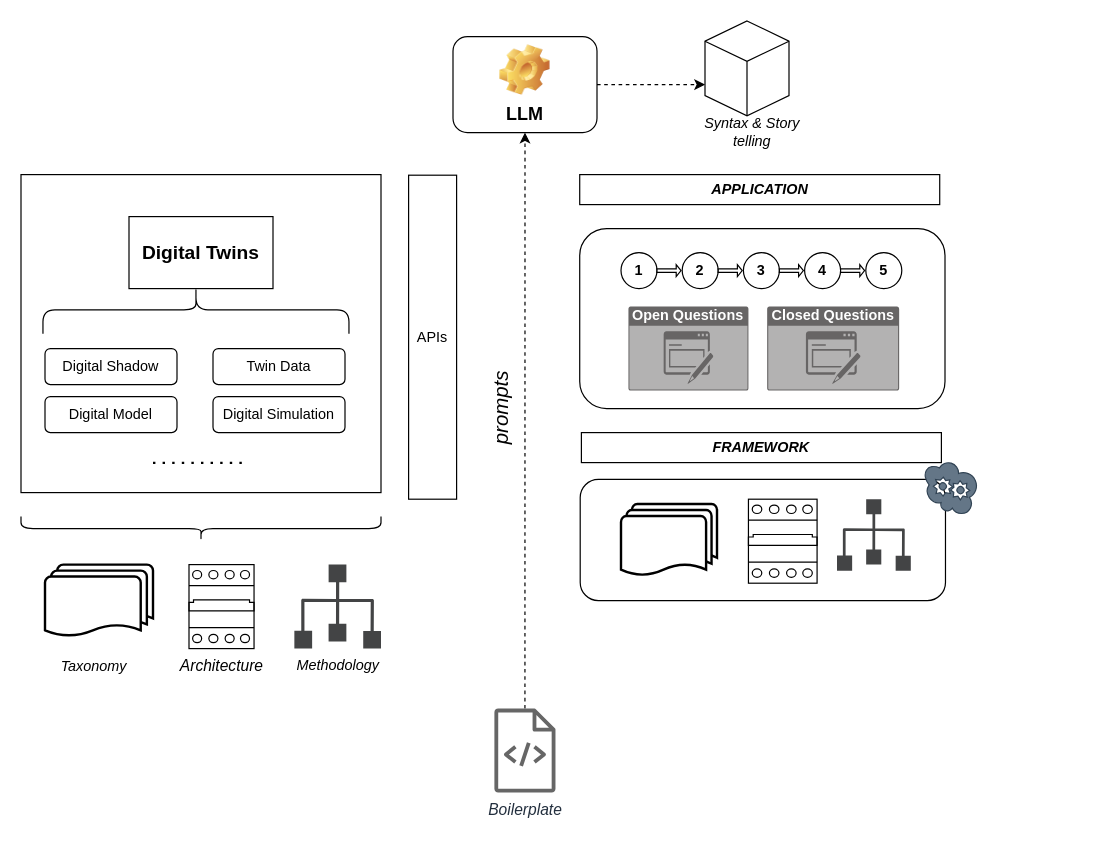
This is drawio/mams/dd-twins/DDTwins_Architecture.drawio from scrodrig/Diagrams, a draw.io file, before an edit. Source tidied: cells renumbered, new cells numbered last; positions are measured from the earlier drawing's top-left corner, leaving out a move shared by most shapes. Both pictures are drawn from the tidied source at 120%, with x=0, y=0 at pixel (20, 20).
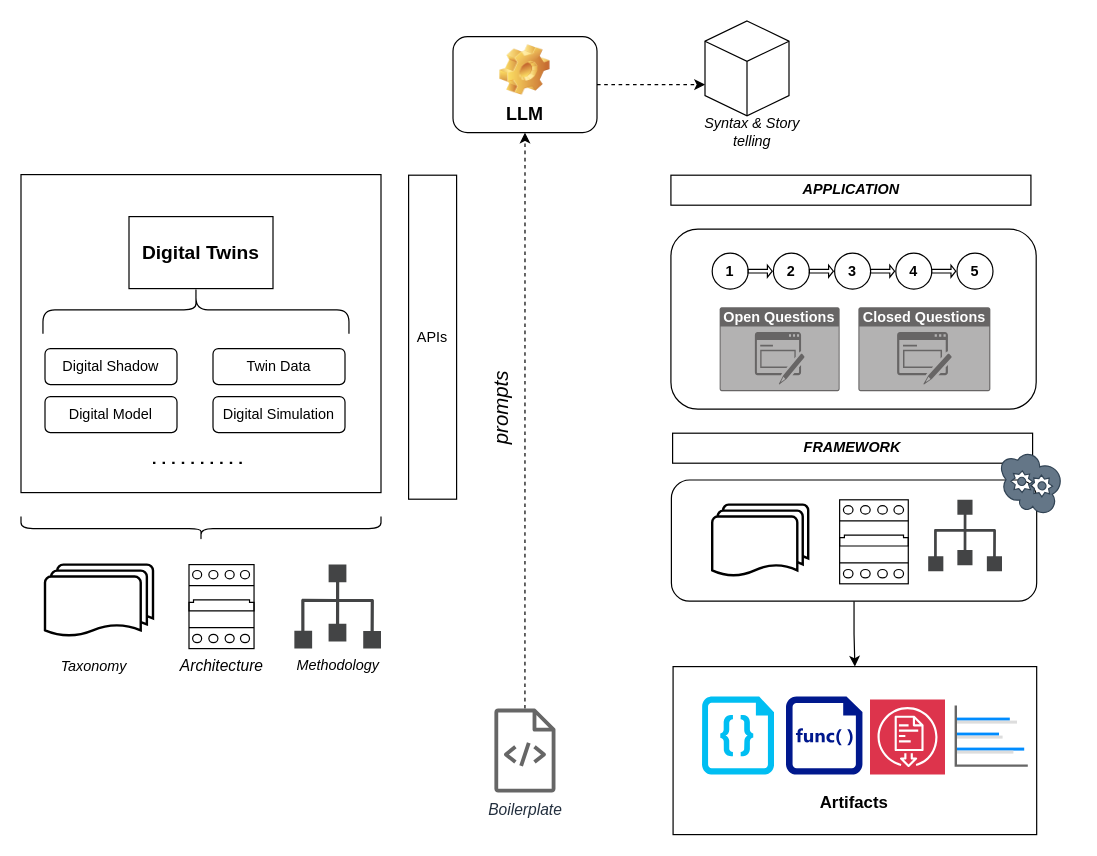
The same page after the edit.

Diff of the diagram source:
```diff
@@
     <mxCell id="24" value="&lt;b&gt;&lt;i&gt;APPLICATION&lt;/i&gt;&lt;/b&gt;" style="rounded=0;whiteSpace=wrap;html=1;" parent="1" vertex="1">
-      <mxGeometry x="465.6" y="128" width="300" height="25" as="geometry" />
+      <mxGeometry x="541.6" y="128.5" width="300" height="25" as="geometry" />
     </mxCell>
     <mxCell id="25" style="rounded=1;whiteSpace=wrap;html=1;" parent="1" vertex="1">
-      <mxGeometry x="465.6" y="173" width="304.4" height="150" as="geometry" />
+      <mxGeometry x="541.6" y="173.5" width="304.4" height="150" as="geometry" />
     </mxCell>
     <mxCell id="26" style="group;" parent="1" vertex="1">
-      <mxGeometry x="500" y="193" width="234" height="30" as="geometry" />
+      <mxGeometry x="576" y="193.5" width="234" height="30" as="geometry" />
     </mxCell>
@@
     <mxCell id="36" value="&lt;b&gt;Open Questions&lt;/b&gt;" style="html=1;whiteSpace=wrap;strokeColor=none;fillColor=#676565;labelPosition=center;verticalLabelPosition=middle;verticalAlign=top;align=center;fontSize=12;spacingTop=-6;fontColor=#FFFFFF;sketch=0;shape=mxgraph.sitemap.form;" parent="1" vertex="1">
-      <mxGeometry x="506.2" y="238" width="100" height="70" as="geometry" />
+      <mxGeometry x="582.2" y="238.5" width="100" height="70" as="geometry" />
     </mxCell>
     <mxCell id="37" value="&lt;b&gt;Closed Questions&lt;/b&gt;" style="html=1;whiteSpace=wrap;strokeColor=none;fillColor=#676565;labelPosition=center;verticalLabelPosition=middle;verticalAlign=top;align=center;fontSize=12;spacingTop=-6;fontColor=#FFFFFF;sketch=0;shape=mxgraph.sitemap.form;" parent="1" vertex="1">
-      <mxGeometry x="621.8" y="238" width="110" height="70" as="geometry" />
+      <mxGeometry x="697.8" y="238.5" width="110" height="70" as="geometry" />
     </mxCell>
     <mxCell id="38" value="&lt;b&gt;&lt;i&gt;FRAMEWORK&lt;/i&gt;&lt;/b&gt;" style="rounded=0;whiteSpace=wrap;html=1;" parent="1" vertex="1">
-      <mxGeometry x="467" y="343" width="300" height="25" as="geometry" />
+      <mxGeometry x="543" y="343.5" width="300" height="25" as="geometry" />
     </mxCell>
+    <mxCell id="44" style="edgeStyle=orthogonalEdgeStyle;rounded=0;jettySize=auto;html=1;entryX=0.5;entryY=0;entryDx=0;entryDy=0;" parent="1" edge="1" source="39" target="46">
+      <mxGeometry relative="1" as="geometry" />
+    </mxCell>
     <mxCell id="39" style="rounded=1;whiteSpace=wrap;html=1;" parent="1" vertex="1">
-      <mxGeometry x="466" y="382" width="304.4" height="101" as="geometry" />
+      <mxGeometry x="542" y="382.5" width="304.4" height="101" as="geometry" />
     </mxCell>
     <mxCell id="40" style="strokeWidth=2;html=1;shape=mxgraph.flowchart.multi-document;whiteSpace=wrap;align=center;" parent="1" vertex="1">
-      <mxGeometry x="500" y="402.5" width="80" height="60" as="geometry" />
+      <mxGeometry x="576" y="403" width="80" height="60" as="geometry" />
     </mxCell>
     <mxCell id="41" style="verticalLabelPosition=bottom;dashed=0;shadow=0;html=1;align=center;verticalAlign=top;shape=mxgraph.cabinets.cb_4p;" parent="1" vertex="1">
-      <mxGeometry x="606.2" y="398.5" width="57.2" height="70" as="geometry" />
+      <mxGeometry x="682.2" y="399" width="57.2" height="70" as="geometry" />
     </mxCell>
     <mxCell id="42" style="sketch=0;shadow=0;dashed=0;html=1;strokeColor=none;fillColor=#434445;labelPosition=center;verticalLabelPosition=bottom;verticalAlign=top;align=center;shape=mxgraph.vvd.infrastructure;" parent="1" vertex="1">
-      <mxGeometry x="680" y="398.5" width="61.5" height="59.6" as="geometry" />
+      <mxGeometry x="756" y="399" width="61.5" height="59.6" as="geometry" />
     </mxCell>
     <mxCell id="43" style="verticalLabelPosition=bottom;html=1;verticalAlign=top;align=center;strokeColor=#314354;fillColor=#647687;shape=mxgraph.azure.cloud_service;fontColor=#ffffff;rotation=45;" parent="1" vertex="1">
-      <mxGeometry x="750" y="368" width="50" height="40" as="geometry" />
+      <mxGeometry x="813" y="361.2" width="57.5" height="45.5" as="geometry" />
     </mxCell>
+    <mxCell id="45" style="group;" parent="1" vertex="1">
+      <mxGeometry x="543.4" y="538" width="303" height="140" as="geometry" />
+    </mxCell>
+    <mxCell id="46" value="&lt;br&gt;&lt;br&gt;&lt;br&gt;&lt;br&gt;&lt;br&gt;&lt;br&gt;&lt;b&gt;&lt;font style=&quot;font-size: 14px;&quot;&gt;Artifacts&lt;/font&gt;&lt;/b&gt;" style="rounded=0;whiteSpace=wrap;html=1;align=center;" parent="45" vertex="1">
+      <mxGeometry width="303" height="140" as="geometry" />
+    </mxCell>
+    <mxCell id="47" style="verticalLabelPosition=bottom;html=1;verticalAlign=top;align=center;strokeColor=none;fillColor=#00BEF2;shape=mxgraph.azure.code_file;" parent="45" vertex="1">
+      <mxGeometry x="24.1" y="25" width="60" height="65" as="geometry" />
+    </mxCell>
+    <mxCell id="48" style="sketch=0;shadow=0;dashed=0;html=1;strokeColor=none;labelPosition=center;verticalLabelPosition=bottom;verticalAlign=top;align=center;fillColor=#00188D;shape=mxgraph.mscae.enterprise.code_file;" parent="45" vertex="1">
+      <mxGeometry x="94.1" y="25" width="63.7" height="65" as="geometry" />
+    </mxCell>
+    <mxCell id="49" style="sketch=0;fontColor=#232F3E;fillColor=#DD344C;strokeColor=#ffffff;dashed=0;verticalLabelPosition=bottom;verticalAlign=top;align=center;html=1;fontSize=12;fontStyle=0;shape=mxgraph.aws4.resourceIcon;resIcon=mxgraph.aws4.artifact;" parent="45" vertex="1">
+      <mxGeometry x="164.1" y="27.5" width="62.5" height="62.5" as="geometry" />
+    </mxCell>
+    <mxCell id="50" style="verticalLabelPosition=bottom;shadow=0;dashed=0;align=center;html=1;verticalAlign=top;strokeWidth=1;shape=mxgraph.mockup.graphics.barChart;strokeColor=none;strokeColor2=none;strokeColor3=#666666;fillColor2=#008cff;fillColor3=#dddddd;" parent="45" vertex="1">
+      <mxGeometry x="235.6" y="32.5" width="60" height="50" as="geometry" />
+    </mxCell>
```
